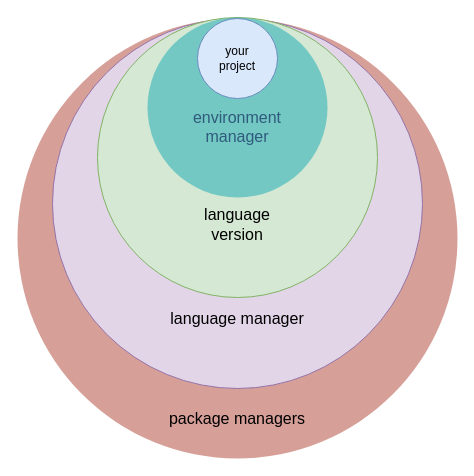
Earlier version of the draw.io diagram img/project-oyster.drawio (rstats-wtf/wtf-personal-radmin-slides). Source tidied: cells renumbered, new cells numbered last; positions are measured from the earlier drawing's top-left corner, leaving out a move shared by most shapes. Both pictures are drawn from the tidied source at 100%, with x=0, y=0 at pixel (17, 17).
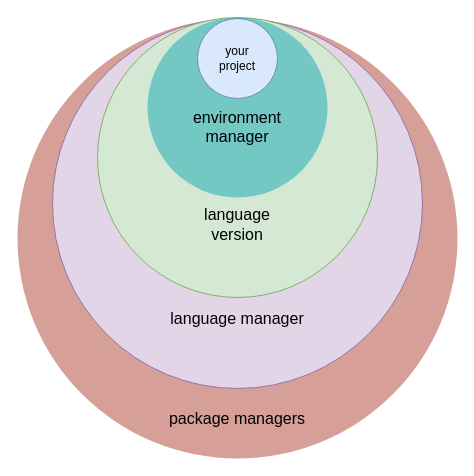
Above is the later version.

The edit, as a diff of the source:
```diff
@@
 <mxGraphModel>
   <root>
     <mxCell id="0" />
     <mxCell id="1" parent="0" />
     <mxCell id="2" value="&lt;div style=&quot;text-align: center; font-size: 16px;&quot;&gt;&lt;span style=&quot;font-size: 16px;&quot;&gt;&lt;font color=&quot;#000000&quot;&gt;package managers&lt;/font&gt;&lt;/span&gt;&lt;/div&gt;" style="ellipse;whiteSpace=wrap;html=1;rounded=1;shadow=0;glass=0;labelBackgroundColor=none;strokeColor=none;strokeWidth=1;fillColor=#AE4132;gradientColor=none;fontFamily=Helvetica;fontSize=16;fontColor=#2F5B7C;align=center;opacity=50;verticalAlign=bottom;spacingBottom=15;spacing=15;" parent="1" vertex="1">
       <mxGeometry y="1" width="440" height="440" as="geometry" />
     </mxCell>
     <mxCell id="3" value="&lt;br&gt;&lt;br&gt;&lt;br&gt;&lt;br&gt;&lt;br&gt;&lt;br&gt;&lt;br&gt;&lt;br&gt;&lt;br&gt;&lt;br&gt;&lt;br&gt;&lt;br&gt;language manager" style="ellipse;whiteSpace=wrap;html=1;fontSize=16;fillColor=#e1d5e7;strokeColor=#9673a6;" parent="1" vertex="1">
       <mxGeometry x="35" y="1" width="370" height="370" as="geometry" />
     </mxCell>
     <mxCell id="4" value="&lt;font style=&quot;font-size: 16px;&quot;&gt;&lt;br&gt;&lt;br&gt;&lt;br&gt;&lt;br&gt;&lt;br&gt;&lt;br&gt;&lt;br&gt;language&lt;br&gt;version&lt;/font&gt;" style="ellipse;whiteSpace=wrap;html=1;fillColor=#d5e8d4;strokeColor=#82b366;" parent="1" vertex="1">
       <mxGeometry x="80" width="280" height="280" as="geometry" />
     </mxCell>
-    <mxCell id="5" value="&lt;br&gt;&lt;br&gt;environment&lt;br&gt;&lt;div style=&quot;&quot;&gt;&lt;span style=&quot;background-color: initial;&quot;&gt;manager&lt;/span&gt;&lt;/div&gt;" style="ellipse;whiteSpace=wrap;html=1;rounded=1;shadow=0;glass=0;labelBackgroundColor=none;strokeColor=none;strokeWidth=1;fillColor=#12AAB5;gradientColor=none;fontFamily=Helvetica;fontSize=16;fontColor=#2F5B7C;align=center;opacity=50;spacing=15;" parent="1" vertex="1">
+    <mxCell id="5" value="&lt;font color=&quot;#000000&quot;&gt;&lt;br&gt;&lt;br&gt;environment&lt;br&gt;&lt;/font&gt;&lt;div style=&quot;&quot;&gt;&lt;span style=&quot;background-color: initial;&quot;&gt;&lt;font color=&quot;#000000&quot;&gt;manager&lt;/font&gt;&lt;/span&gt;&lt;/div&gt;" style="ellipse;whiteSpace=wrap;html=1;rounded=1;shadow=0;glass=0;labelBackgroundColor=none;strokeColor=none;strokeWidth=1;fillColor=#12AAB5;gradientColor=none;fontFamily=Helvetica;fontSize=16;fontColor=#2F5B7C;align=center;opacity=50;spacing=15;" parent="1" vertex="1">
       <mxGeometry x="130" width="180" height="180" as="geometry" />
     </mxCell>
     <mxCell id="6" value="your&lt;br&gt;project" style="ellipse;whiteSpace=wrap;html=1;fillColor=#dae8fc;strokeColor=#6c8ebf;" parent="1" vertex="1">
       <mxGeometry x="180" y="1" width="80" height="80" as="geometry" />
     </mxCell>
   </root>
 </mxGraphModel>
```
